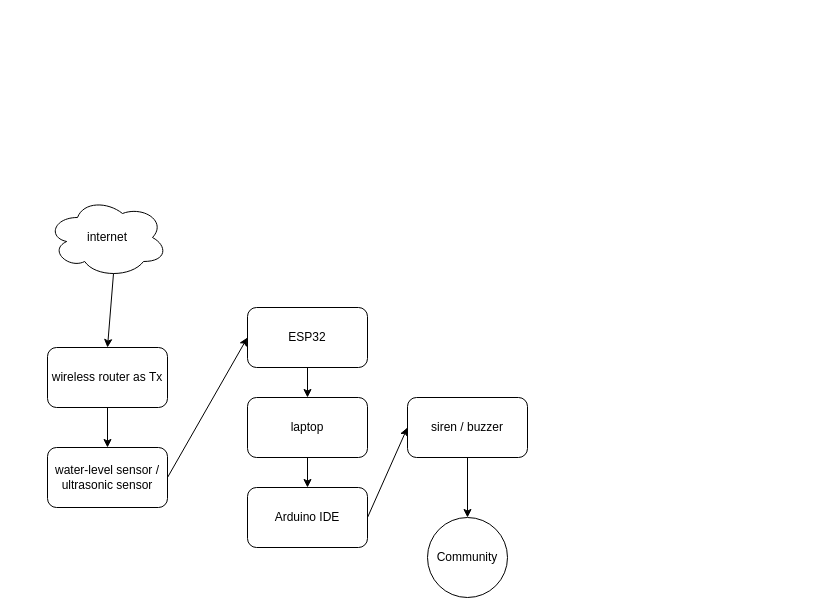
Earlier version of the draw.io diagram WSN 4 Pre Thesis.drawio (troders34/troders34). Source tidied: cells renumbered, new cells numbered last; positions are measured from the earlier drawing's top-left corner, leaving out a move shared by most shapes. Both pictures are drawn from the tidied source at 100%, with x=0, y=0 at pixel (47, 197).
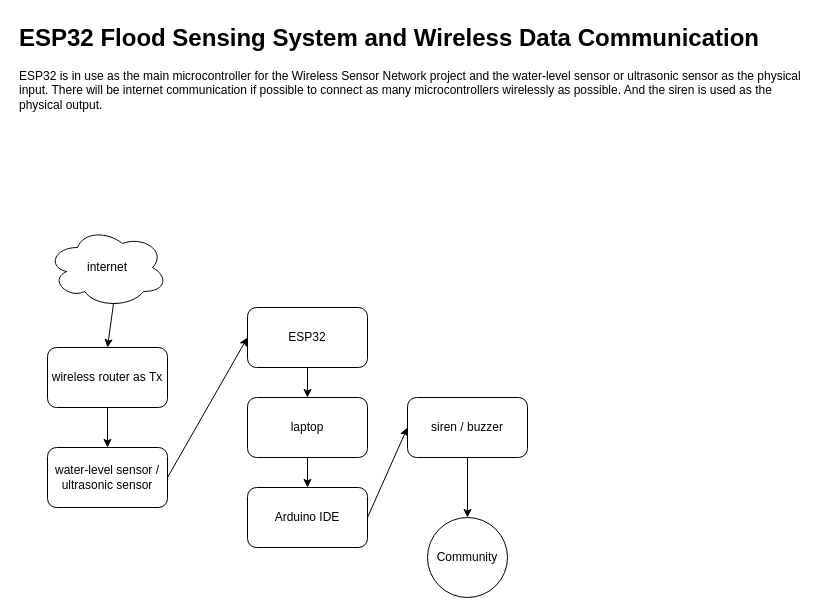
The same diagram, later.

What changed in the source:
```diff
@@
 <mxGraphModel>
   <root>
     <mxCell id="0" />
     <mxCell id="1" parent="0" />
     <mxCell id="2" value="ESP32" style="rounded=1;whiteSpace=wrap;html=1;" parent="1" vertex="1">
       <mxGeometry x="200" y="110" width="120" height="60" as="geometry" />
     </mxCell>
     <mxCell id="3" value="water-level sensor / ultrasonic sensor" style="rounded=1;whiteSpace=wrap;html=1;" parent="1" vertex="1">
       <mxGeometry y="250" width="120" height="60" as="geometry" />
     </mxCell>
     <mxCell id="4" value="laptop" style="rounded=1;whiteSpace=wrap;html=1;" parent="1" vertex="1">
       <mxGeometry x="200" y="200" width="120" height="60" as="geometry" />
     </mxCell>
     <mxCell id="5" value="wireless router as Tx" style="rounded=1;whiteSpace=wrap;html=1;" parent="1" vertex="1">
       <mxGeometry y="150" width="120" height="60" as="geometry" />
     </mxCell>
     <mxCell id="6" value="internet" style="ellipse;shape=cloud;whiteSpace=wrap;html=1;" parent="1" vertex="1">
-      <mxGeometry width="120" height="80" as="geometry" />
+      <mxGeometry y="30" width="120" height="80" as="geometry" />
     </mxCell>
     <mxCell id="7" value="siren / buzzer" style="rounded=1;whiteSpace=wrap;html=1;" parent="1" vertex="1">
       <mxGeometry x="360" y="200" width="120" height="60" as="geometry" />
     </mxCell>
     <mxCell id="8" value="Arduino IDE" style="rounded=1;whiteSpace=wrap;html=1;" parent="1" vertex="1">
       <mxGeometry x="200" y="290" width="120" height="60" as="geometry" />
     </mxCell>
     <mxCell id="9" value="Community" style="ellipse;whiteSpace=wrap;html=1;" parent="1" vertex="1">
       <mxGeometry x="380" y="320" width="80" height="80" as="geometry" />
     </mxCell>
     <mxCell id="10" style="endArrow=classic;html=1;rounded=0;entryX=0.5;entryY=0;entryDx=0;entryDy=0;exitX=0.55;exitY=0.95;exitDx=0;exitDy=0;exitPerimeter=0;" parent="1" edge="1" source="6" target="5">
       <mxGeometry relative="1" as="geometry" />
     </mxCell>
     <mxCell id="11" style="endArrow=classic;html=1;rounded=0;exitX=0.5;exitY=1;exitDx=0;exitDy=0;entryX=0.5;entryY=0;entryDx=0;entryDy=0;" parent="1" edge="1" source="5" target="3">
       <mxGeometry relative="1" as="geometry" />
     </mxCell>
     <mxCell id="12" style="endArrow=classic;html=1;rounded=0;exitX=1;exitY=0.5;exitDx=0;exitDy=0;entryX=0;entryY=0.5;entryDx=0;entryDy=0;" parent="1" edge="1" source="3" target="2">
       <mxGeometry relative="1" as="geometry" />
     </mxCell>
     <mxCell id="13" style="endArrow=classic;html=1;rounded=0;exitX=0.5;exitY=1;exitDx=0;exitDy=0;entryX=0.5;entryY=0;entryDx=0;entryDy=0;" parent="1" edge="1" source="2" target="4">
       <mxGeometry relative="1" as="geometry" />
     </mxCell>
     <mxCell id="14" style="endArrow=classic;html=1;rounded=0;exitX=0.5;exitY=1;exitDx=0;exitDy=0;entryX=0.5;entryY=0;entryDx=0;entryDy=0;" parent="1" edge="1" source="4" target="8">
       <mxGeometry relative="1" as="geometry" />
     </mxCell>
     <mxCell id="15" style="endArrow=classic;html=1;rounded=0;exitX=1;exitY=0.5;exitDx=0;exitDy=0;entryX=0;entryY=0.5;entryDx=0;entryDy=0;" parent="1" edge="1" source="8" target="7">
       <mxGeometry relative="1" as="geometry" />
     </mxCell>
     <mxCell id="16" style="endArrow=classic;html=1;rounded=0;exitX=0.5;exitY=1;exitDx=0;exitDy=0;entryX=0.5;entryY=0;entryDx=0;entryDy=0;" parent="1" edge="1" source="7" target="9">
       <mxGeometry relative="1" as="geometry" />
     </mxCell>
+    <mxCell id="17" value="&lt;h1 style=&quot;margin-top: 0px;&quot;&gt;ESP32 Flood Sensing System and Wireless Data Communication&lt;/h1&gt;&lt;p&gt;ESP32 is in use as the main microcontroller for the Wireless Sensor Network project and the water-level sensor or ultrasonic sensor as the physical input. There will be internet communication if possible to connect as many microcontrollers wirelessly as possible. And the siren is used as the physical output.&lt;/p&gt;" style="text;html=1;whiteSpace=wrap;overflow=hidden;rounded=0;" parent="1" vertex="1">
+      <mxGeometry x="-30" y="-180" width="800" height="120" as="geometry" />
+    </mxCell>
   </root>
 </mxGraphModel>
```
